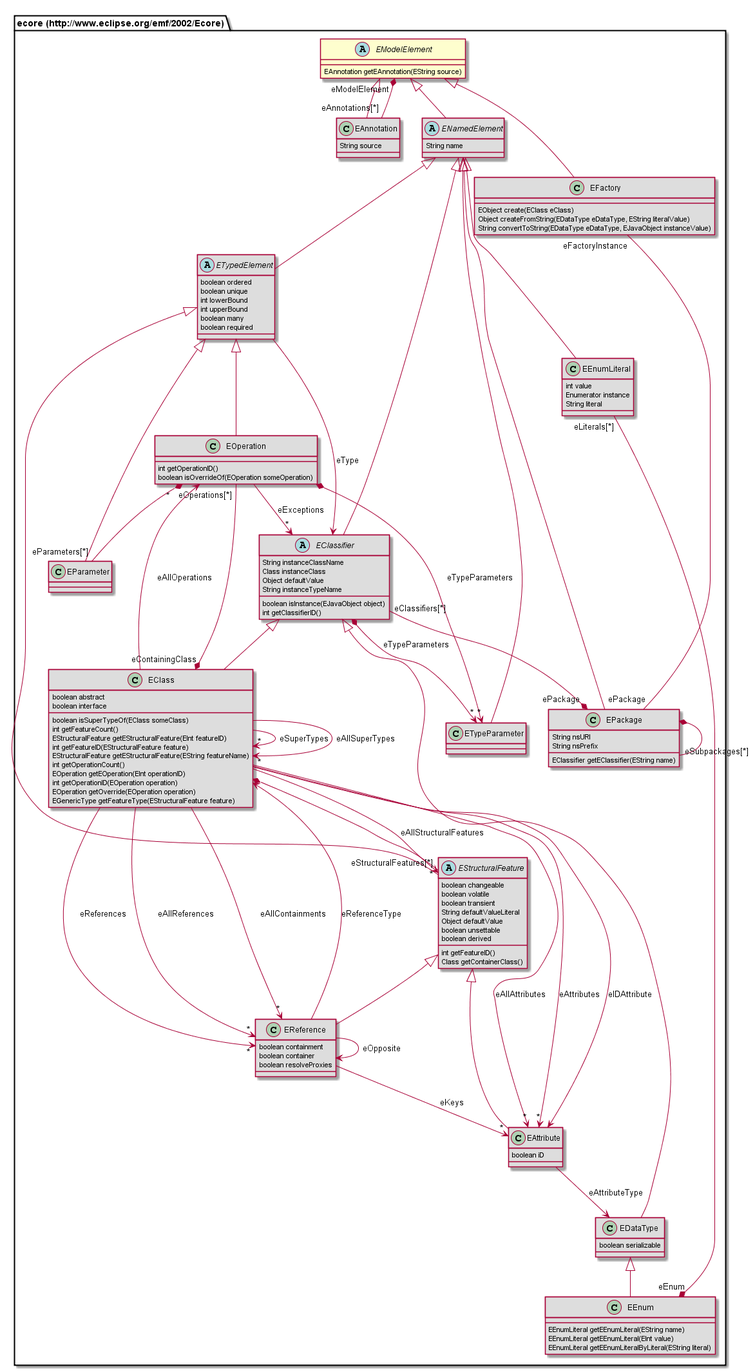
The PlantUML diagram org.nasdanika.codegen.editor/doc/model/687474703a2f2f7777772e65636c697073652e6f72672f656d662f323030322f45636f7265/EModelElement.png in Nasdanika/codegen, before a commit.
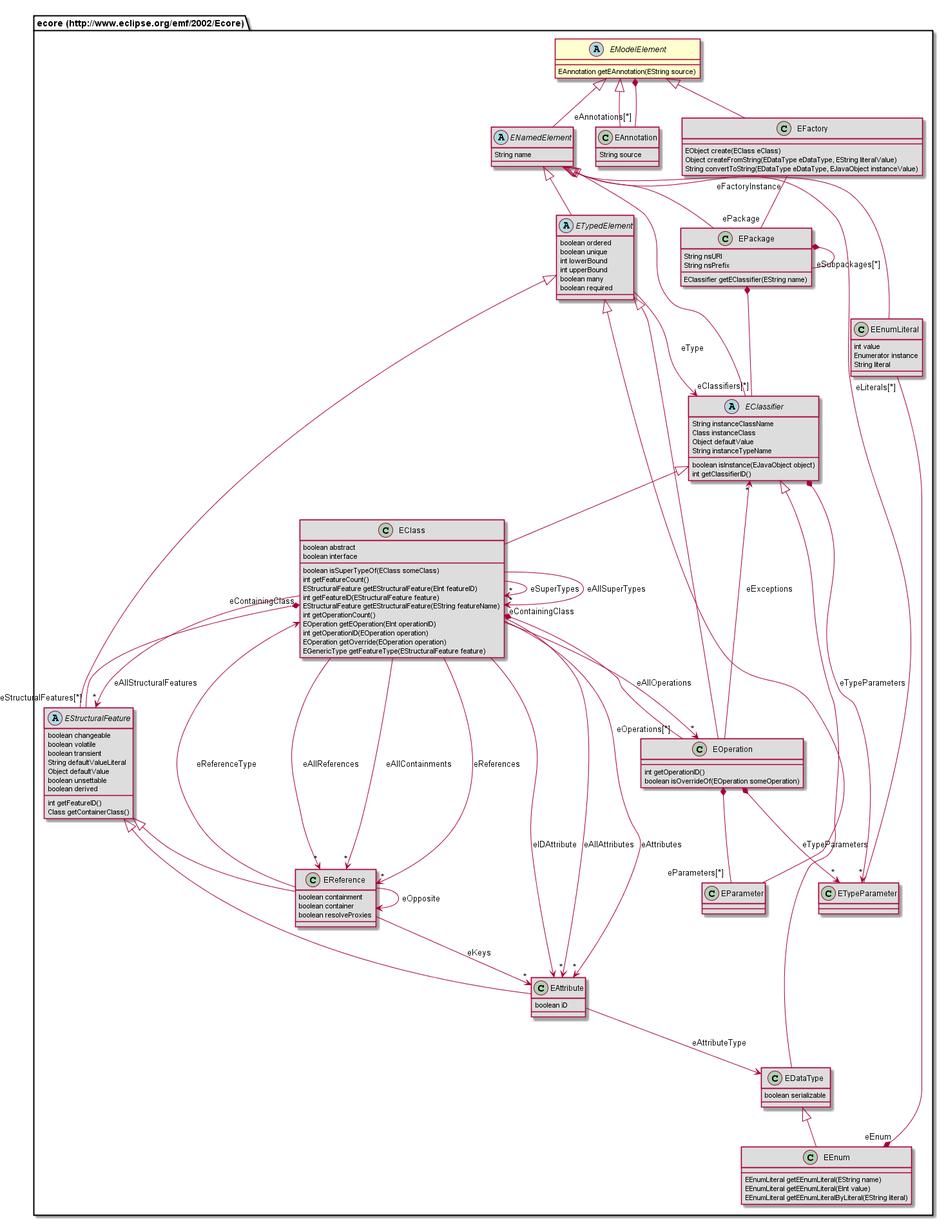
The same diagram one commit later.

Diff of the diagram source:
```diff
@@ -2,35 +2,61 @@
 abstract class "ecore (http://www.eclipse.org/emf/2002/Ecore).EModelElement" {
 	EAnnotation getEAnnotation(EString source)
 }
-class "ecore (http://www.eclipse.org/emf/2002/Ecore).EAnnotation" #DDDDDD {
-	String source
+class "ecore (http://www.eclipse.org/emf/2002/Ecore).EAttribute" #DDDDDD {
+	boolean iD
 }
-class "ecore (http://www.eclipse.org/emf/2002/Ecore).EOperation" #DDDDDD {
-	int getOperationID()
-	boolean isOverrideOf(EOperation someOperation)
+abstract class "ecore (http://www.eclipse.org/emf/2002/Ecore).EStructuralFeature" #DDDDDD {
+	boolean changeable
+	boolean volatile
+	boolean transient
+	String defaultValueLiteral
+	Object defaultValue
+	boolean unsettable
+	boolean derived
+	int getFeatureID()
+	Class getContainerClass()
+}
+abstract class "ecore (http://www.eclipse.org/emf/2002/Ecore).ENamedElement" #DDDDDD {
+	String name
+}
+class "ecore (http://www.eclipse.org/emf/2002/Ecore).ETypeParameter" #DDDDDD {
 }
 class "ecore (http://www.eclipse.org/emf/2002/Ecore).EEnumLiteral" #DDDDDD {
 	int value
 	Enumerator instance
 	String literal
 }
+class "ecore (http://www.eclipse.org/emf/2002/Ecore).EOperation" #DDDDDD {
+	int getOperationID()
+	boolean isOverrideOf(EOperation someOperation)
+}
+class "ecore (http://www.eclipse.org/emf/2002/Ecore).EAnnotation" #DDDDDD {
+	String source
+}
 class "ecore (http://www.eclipse.org/emf/2002/Ecore).EFactory" #DDDDDD {
 	EObject create(EClass eClass)
 	Object createFromString(EDataType eDataType, EString literalValue)
 	String convertToString(EDataType eDataType, EJavaObject instanceValue)
 }
-abstract class "ecore (http://www.eclipse.org/emf/2002/Ecore).ETypedElement" #DDDDDD {
-	boolean ordered
-	boolean unique
-	int lowerBound
-	int upperBound
-	boolean many
-	boolean required
-}
 class "ecore (http://www.eclipse.org/emf/2002/Ecore).EDataType" #DDDDDD {
 	boolean serializable
 }
+class "ecore (http://www.eclipse.org/emf/2002/Ecore).EPackage" #DDDDDD {
+	String nsURI
+	String nsPrefix
+	EClassifier getEClassifier(EString name)
+}
 class "ecore (http://www.eclipse.org/emf/2002/Ecore).EParameter" #DDDDDD {
+}
+class "ecore (http://www.eclipse.org/emf/2002/Ecore).EEnum" #DDDDDD {
+	EEnumLiteral getEEnumLiteral(EString name)
+	EEnumLiteral getEEnumLiteral(EInt value)
+	EEnumLiteral getEEnumLiteralByLiteral(EString literal)
+}
+class "ecore (http://www.eclipse.org/emf/2002/Ecore).EReference" #DDDDDD {
+	boolean containment
+	boolean container
+	boolean resolveProxies
 }
 class "ecore (http://www.eclipse.org/emf/2002/Ecore).EClass" #DDDDDD {
 	boolean abstract
@@ -46,24 +72,13 @@
 	EOperation getOverride(EOperation operation)
 	EGenericType getFeatureType(EStructuralFeature feature)
 }
-class "ecore (http://www.eclipse.org/emf/2002/Ecore).EReference" #DDDDDD {
-	boolean containment
-	boolean container
-	boolean resolveProxies
-}
-abstract class "ecore (http://www.eclipse.org/emf/2002/Ecore).EStructuralFeature" #DDDDDD {
-	boolean changeable
-	boolean volatile
-	boolean transient
-	String defaultValueLiteral
-	Object defaultValue
-	boolean unsettable
-	boolean derived
-	int getFeatureID()
-	Class getContainerClass()
-}
-class "ecore (http://www.eclipse.org/emf/2002/Ecore).EAttribute" #DDDDDD {
-	boolean iD
+abstract class "ecore (http://www.eclipse.org/emf/2002/Ecore).ETypedElement" #DDDDDD {
+	boolean ordered
+	boolean unique
+	int lowerBound
+	int upperBound
+	boolean many
+	boolean required
 }
 abstract class "ecore (http://www.eclipse.org/emf/2002/Ecore).EClassifier" #DDDDDD {
 	String instanceClassName
@@ -73,45 +88,36 @@
 	boolean isInstance(EJavaObject object)
 	int getClassifierID()
 }
-abstract class "ecore (http://www.eclipse.org/emf/2002/Ecore).ENamedElement" #DDDDDD {
-	String name
-}
-class "ecore (http://www.eclipse.org/emf/2002/Ecore).EPackage" #DDDDDD {
-	String nsURI
-	String nsPrefix
-	EClassifier getEClassifier(EString name)
-}
-class "ecore (http://www.eclipse.org/emf/2002/Ecore).ETypeParameter" #DDDDDD {
-}
-class "ecore (http://www.eclipse.org/emf/2002/Ecore).EEnum" #DDDDDD {
-	EEnumLiteral getEEnumLiteral(EString name)
-	EEnumLiteral getEEnumLiteral(EInt value)
-	EEnumLiteral getEEnumLiteralByLiteral(EString literal)
-}
+"ecore (http://www.eclipse.org/emf/2002/Ecore).EStructuralFeature" <|-- "ecore (http://www.eclipse.org/emf/2002/Ecore).EAttribute"
+"ecore (http://www.eclipse.org/emf/2002/Ecore).ETypedElement" <|-- "ecore (http://www.eclipse.org/emf/2002/Ecore).EStructuralFeature"
+"ecore (http://www.eclipse.org/emf/2002/Ecore).EModelElement" <|-- "ecore (http://www.eclipse.org/emf/2002/Ecore).ENamedElement"
+"ecore (http://www.eclipse.org/emf/2002/Ecore).ENamedElement" <|-- "ecore (http://www.eclipse.org/emf/2002/Ecore).ETypeParameter"
+"ecore (http://www.eclipse.org/emf/2002/Ecore).ENamedElement" <|-- "ecore (http://www.eclipse.org/emf/2002/Ecore).EEnumLiteral"
+"ecore (http://www.eclipse.org/emf/2002/Ecore).ETypedElement" <|-- "ecore (http://www.eclipse.org/emf/2002/Ecore).EOperation"
 "ecore (http://www.eclipse.org/emf/2002/Ecore).EModelElement" <|-- "ecore (http://www.eclipse.org/emf/2002/Ecore).EAnnotation"
-"ecore (http://www.eclipse.org/emf/2002/Ecore).ETypedElement" <|-- "ecore (http://www.eclipse.org/emf/2002/Ecore).EOperation"
-"ecore (http://www.eclipse.org/emf/2002/Ecore).ENamedElement" <|-- "ecore (http://www.eclipse.org/emf/2002/Ecore).EEnumLiteral"
 "ecore (http://www.eclipse.org/emf/2002/Ecore).EModelElement" <|-- "ecore (http://www.eclipse.org/emf/2002/Ecore).EFactory"
+"ecore (http://www.eclipse.org/emf/2002/Ecore).EClassifier" <|-- "ecore (http://www.eclipse.org/emf/2002/Ecore).EDataType"
+"ecore (http://www.eclipse.org/emf/2002/Ecore).ENamedElement" <|-- "ecore (http://www.eclipse.org/emf/2002/Ecore).EPackage"
+"ecore (http://www.eclipse.org/emf/2002/Ecore).ETypedElement" <|-- "ecore (http://www.eclipse.org/emf/2002/Ecore).EParameter"
+"ecore (http://www.eclipse.org/emf/2002/Ecore).EDataType" <|-- "ecore (http://www.eclipse.org/emf/2002/Ecore).EEnum"
+"ecore (http://www.eclipse.org/emf/2002/Ecore).EStructuralFeature" <|-- "ecore (http://www.eclipse.org/emf/2002/Ecore).EReference"
+"ecore (http://www.eclipse.org/emf/2002/Ecore).EClassifier" <|-- "ecore (http://www.eclipse.org/emf/2002/Ecore).EClass"
 "ecore (http://www.eclipse.org/emf/2002/Ecore).ENamedElement" <|-- "ecore (http://www.eclipse.org/emf/2002/Ecore).ETypedElement"
-"ecore (http://www.eclipse.org/emf/2002/Ecore).EClassifier" <|-- "ecore (http://www.eclipse.org/emf/2002/Ecore).EDataType"
-"ecore (http://www.eclipse.org/emf/2002/Ecore).ETypedElement" <|-- "ecore (http://www.eclipse.org/emf/2002/Ecore).EParameter"
-"ecore (http://www.eclipse.org/emf/2002/Ecore).EClassifier" <|-- "ecore (http://www.eclipse.org/emf/2002/Ecore).EClass"
-"ecore (http://www.eclipse.org/emf/2002/Ecore).EStructuralFeature" <|-- "ecore (http://www.eclipse.org/emf/2002/Ecore).EReference"
-"ecore (http://www.eclipse.org/emf/2002/Ecore).ETypedElement" <|-- "ecore (http://www.eclipse.org/emf/2002/Ecore).EStructuralFeature"
-"ecore (http://www.eclipse.org/emf/2002/Ecore).EStructuralFeature" <|-- "ecore (http://www.eclipse.org/emf/2002/Ecore).EAttribute"
 "ecore (http://www.eclipse.org/emf/2002/Ecore).ENamedElement" <|-- "ecore (http://www.eclipse.org/emf/2002/Ecore).EClassifier"
-"ecore (http://www.eclipse.org/emf/2002/Ecore).EModelElement" <|-- "ecore (http://www.eclipse.org/emf/2002/Ecore).ENamedElement"
-"ecore (http://www.eclipse.org/emf/2002/Ecore).ENamedElement" <|-- "ecore (http://www.eclipse.org/emf/2002/Ecore).EPackage"
-"ecore (http://www.eclipse.org/emf/2002/Ecore).ENamedElement" <|-- "ecore (http://www.eclipse.org/emf/2002/Ecore).ETypeParameter"
-"ecore (http://www.eclipse.org/emf/2002/Ecore).EDataType" <|-- "ecore (http://www.eclipse.org/emf/2002/Ecore).EEnum"
-"ecore (http://www.eclipse.org/emf/2002/Ecore).EAnnotation" "eAnnotations[*]" --* "eModelElement" "ecore (http://www.eclipse.org/emf/2002/Ecore).EModelElement"
+"ecore (http://www.eclipse.org/emf/2002/Ecore).EAttribute" --> "ecore (http://www.eclipse.org/emf/2002/Ecore).EDataType" : eAttributeType
+"ecore (http://www.eclipse.org/emf/2002/Ecore).EStructuralFeature" "eStructuralFeatures[*]" --* "eContainingClass" "ecore (http://www.eclipse.org/emf/2002/Ecore).EClass"
+"ecore (http://www.eclipse.org/emf/2002/Ecore).EModelElement" *-- "eAnnotations[*]" "ecore (http://www.eclipse.org/emf/2002/Ecore).EAnnotation"
+"ecore (http://www.eclipse.org/emf/2002/Ecore).EEnumLiteral" "eLiterals[*]" --* "eEnum" "ecore (http://www.eclipse.org/emf/2002/Ecore).EEnum"
 "ecore (http://www.eclipse.org/emf/2002/Ecore).EOperation" "eOperations[*]" --* "eContainingClass" "ecore (http://www.eclipse.org/emf/2002/Ecore).EClass"
 "ecore (http://www.eclipse.org/emf/2002/Ecore).EOperation" *--> "*" "ecore (http://www.eclipse.org/emf/2002/Ecore).ETypeParameter" : eTypeParameters
 "ecore (http://www.eclipse.org/emf/2002/Ecore).EOperation" *-- "eParameters[*]" "ecore (http://www.eclipse.org/emf/2002/Ecore).EParameter"
 "ecore (http://www.eclipse.org/emf/2002/Ecore).EOperation" --> "*" "ecore (http://www.eclipse.org/emf/2002/Ecore).EClassifier" : eExceptions
-"ecore (http://www.eclipse.org/emf/2002/Ecore).EEnumLiteral" "eLiterals[*]" --* "eEnum" "ecore (http://www.eclipse.org/emf/2002/Ecore).EEnum"
 "ecore (http://www.eclipse.org/emf/2002/Ecore).EFactory" "eFactoryInstance" -- "ePackage" "ecore (http://www.eclipse.org/emf/2002/Ecore).EPackage"
-"ecore (http://www.eclipse.org/emf/2002/Ecore).ETypedElement" --> "ecore (http://www.eclipse.org/emf/2002/Ecore).EClassifier" : eType
+"ecore (http://www.eclipse.org/emf/2002/Ecore).EPackage" *-- "eClassifiers[*]" "ecore (http://www.eclipse.org/emf/2002/Ecore).EClassifier"
+"ecore (http://www.eclipse.org/emf/2002/Ecore).EPackage" *-- "eSubpackages[*]" "ecore (http://www.eclipse.org/emf/2002/Ecore).EPackage"
+"ecore (http://www.eclipse.org/emf/2002/Ecore).EReference" --> "ecore (http://www.eclipse.org/emf/2002/Ecore).EReference" : eOpposite
+"ecore (http://www.eclipse.org/emf/2002/Ecore).EReference" --> "ecore (http://www.eclipse.org/emf/2002/Ecore).EClass" : eReferenceType
+"ecore (http://www.eclipse.org/emf/2002/Ecore).EReference" --> "*" "ecore (http://www.eclipse.org/emf/2002/Ecore).EAttribute" : eKeys
 "ecore (http://www.eclipse.org/emf/2002/Ecore).EClass" --> "*" "ecore (http://www.eclipse.org/emf/2002/Ecore).EClass" : eSuperTypes
 "ecore (http://www.eclipse.org/emf/2002/Ecore).EClass" --> "*" "ecore (http://www.eclipse.org/emf/2002/Ecore).EAttribute" : eAllAttributes
 "ecore (http://www.eclipse.org/emf/2002/Ecore).EClass" --> "*" "ecore (http://www.eclipse.org/emf/2002/Ecore).EReference" : eAllReferences
@@ -122,12 +128,6 @@
 "ecore (http://www.eclipse.org/emf/2002/Ecore).EClass" --> "*" "ecore (http://www.eclipse.org/emf/2002/Ecore).EStructuralFeature" : eAllStructuralFeatures
 "ecore (http://www.eclipse.org/emf/2002/Ecore).EClass" --> "*" "ecore (http://www.eclipse.org/emf/2002/Ecore).EClass" : eAllSuperTypes
 "ecore (http://www.eclipse.org/emf/2002/Ecore).EClass" --> "ecore (http://www.eclipse.org/emf/2002/Ecore).EAttribute" : eIDAttribute
-"ecore (http://www.eclipse.org/emf/2002/Ecore).EClass" *-- "eStructuralFeatures[*]" "ecore (http://www.eclipse.org/emf/2002/Ecore).EStructuralFeature"
-"ecore (http://www.eclipse.org/emf/2002/Ecore).EReference" --> "ecore (http://www.eclipse.org/emf/2002/Ecore).EReference" : eOpposite
-"ecore (http://www.eclipse.org/emf/2002/Ecore).EReference" --> "ecore (http://www.eclipse.org/emf/2002/Ecore).EClass" : eReferenceType
-"ecore (http://www.eclipse.org/emf/2002/Ecore).EReference" --> "*" "ecore (http://www.eclipse.org/emf/2002/Ecore).EAttribute" : eKeys
-"ecore (http://www.eclipse.org/emf/2002/Ecore).EAttribute" --> "ecore (http://www.eclipse.org/emf/2002/Ecore).EDataType" : eAttributeType
-"ecore (http://www.eclipse.org/emf/2002/Ecore).EClassifier" "eClassifiers[*]" --* "ePackage" "ecore (http://www.eclipse.org/emf/2002/Ecore).EPackage"
+"ecore (http://www.eclipse.org/emf/2002/Ecore).ETypedElement" --> "ecore (http://www.eclipse.org/emf/2002/Ecore).EClassifier" : eType
 "ecore (http://www.eclipse.org/emf/2002/Ecore).EClassifier" *--> "*" "ecore (http://www.eclipse.org/emf/2002/Ecore).ETypeParameter" : eTypeParameters
-"ecore (http://www.eclipse.org/emf/2002/Ecore).EPackage" *-- "eSubpackages[*]" "ecore (http://www.eclipse.org/emf/2002/Ecore).EPackage"
 @enduml
```
